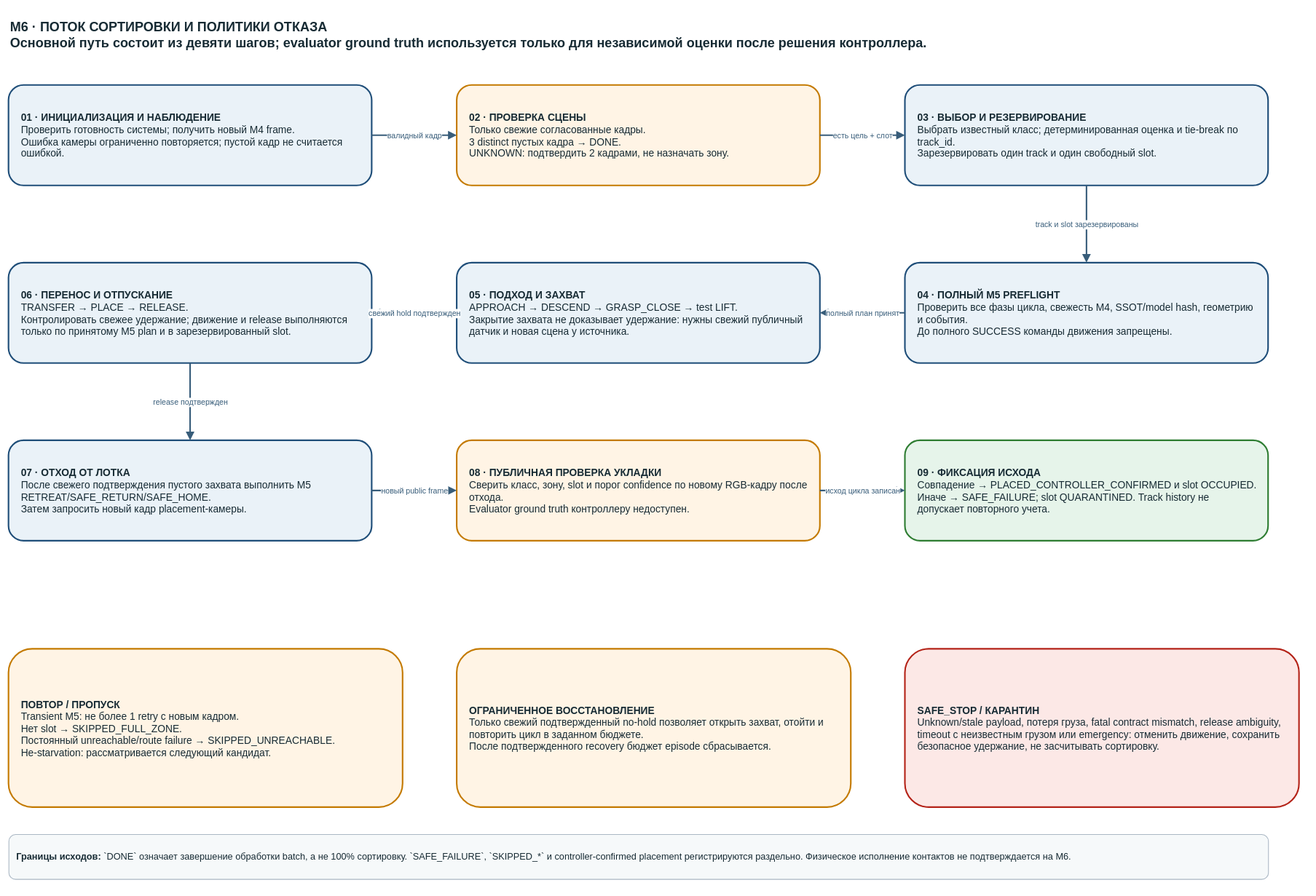
Earlier version of the draw.io export 03_Модель_и_схемы/algorithm/sorting_flow.svg (Garun-mp4/kursach-ruslan). Source tidied: cells renumbered, new cells last; positions are measured from the earlier drawing's top-left corner, leaving out a move shared by most shapes.
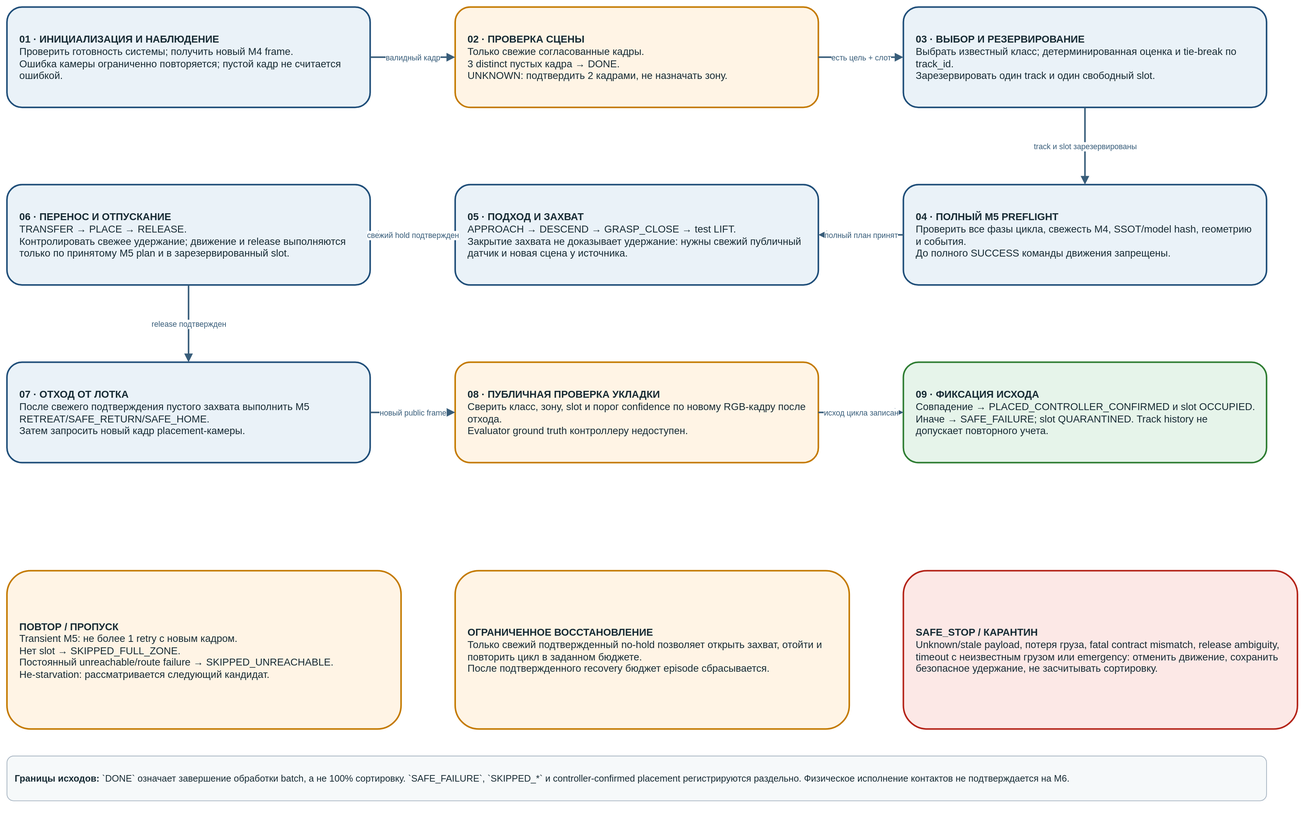
Above is the later version.

Change to the diagram source:
```diff
@@ -2,9 +2,6 @@
   <root>
     <mxCell id="0" />
     <mxCell id="1" parent="0" />
-    <mxCell id="2" value="M6 · ПОТОК СОРТИРОВКИ И ПОЛИТИКИ ОТКАЗА&lt;br&gt;Основной путь состоит из девяти шагов; evaluator ground truth используется только для независимой оценки после решения контроллера." style="text;html=1;align=left;verticalAlign=middle;whiteSpace=wrap;strokeColor=none;fillColor=none;fontSize=17;fontStyle=1;fontColor=#172B34;" parent="1" vertex="1">
-      <mxGeometry width="1630" height="70" as="geometry" />
-    </mxCell>
     <mxCell id="3" value="&lt;div style=&quot;text-align:left;white-space:normal;padding:4px&quot;&gt;&lt;b&gt;01 · ИНИЦИАЛИЗАЦИЯ И НАБЛЮДЕНИЕ&lt;/b&gt;&lt;br&gt;Проверить готовность системы; получить новый M4 frame.&lt;br&gt;Ошибка камеры ограниченно повторяется; пустой кадр не считается ошибкой.&lt;/div&gt;" style="rounded=1;whiteSpace=wrap;html=1;fillColor=#EAF2F8;strokeColor=#1F4E79;strokeWidth=2;fontColor=#172B34;fontSize=13;align=left;verticalAlign=middle;spacing=12;" parent="1" vertex="1">
       <mxGeometry y="100" width="470" height="130" as="geometry" />
     </mxCell>
```
